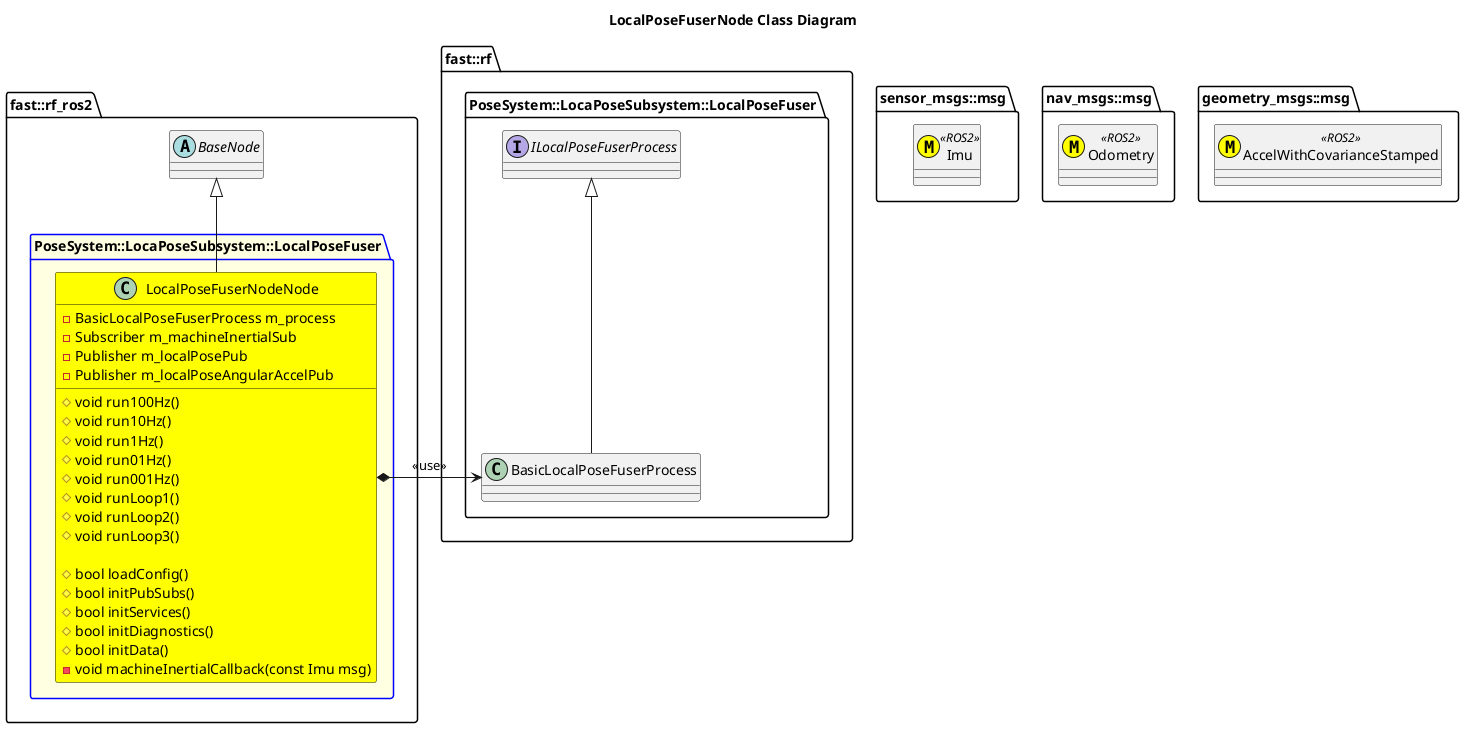
This is Systems/Pose/Subsystems/LocalPose/Nodes/LocalPoseFuserNode/doc/puml/LocalPoseFuserNodeClassDiagram.png from fastrobotics/robot_framework_ros2, a PlantUML export, as it was before one commit. Its diagram source:
```plantuml
@startuml
title LocalPoseFuserNode Class Diagram
namespace sensor_msgs::msg {
    class Imu <<(M,#FFFF00)>> <<ROS2>>
}
namespace nav_msgs::msg {
    class Odometry <<(M,#FFFF00)>> <<ROS2>>
}
namespace geometry_msgs::msg {
    class AccelWithCovarianceStamped <<(M,#FFFF00)>> <<ROS2>>
}
namespace fast::rf {
    namespace PoseSystem::LocaPoseSubsystem::LocalPoseFuser {
        interface ILocalPoseFuserProcess
        class BasicLocalPoseFuserProcess
        BasicLocalPoseFuserProcess -up-|> ILocalPoseFuserProcess
    }
}
namespace fast::rf_ros2 {
    abstract BaseNode {

    }
    package PoseSystem::LocaPoseSubsystem::LocalPoseFuser #LightYellow;line:blue  {
        class LocalPoseFuserNodeNode #Yellow {
            #void run100Hz()
            #void run10Hz()
            #void run1Hz()
            #void run01Hz()
            #void run001Hz()
            #void runLoop1()
            #void runLoop2()
            #void runLoop3()

            #bool loadConfig()
            #bool initPubSubs()
            #bool initServices()
            #bool initDiagnostics()
            #bool initData()
            -void machineInertialCallback(const Imu msg)
            -BasicLocalPoseFuserProcess m_process
            -Subscriber m_machineInertialSub
            -Publisher m_localPosePub
            -Publisher m_localPoseAngularAccelPub
        }
        LocalPoseFuserNodeNode -up-|> BaseNode
        LocalPoseFuserNodeNode *-right-> BasicLocalPoseFuserProcess: <<use>>

    }

}

@enduml
```
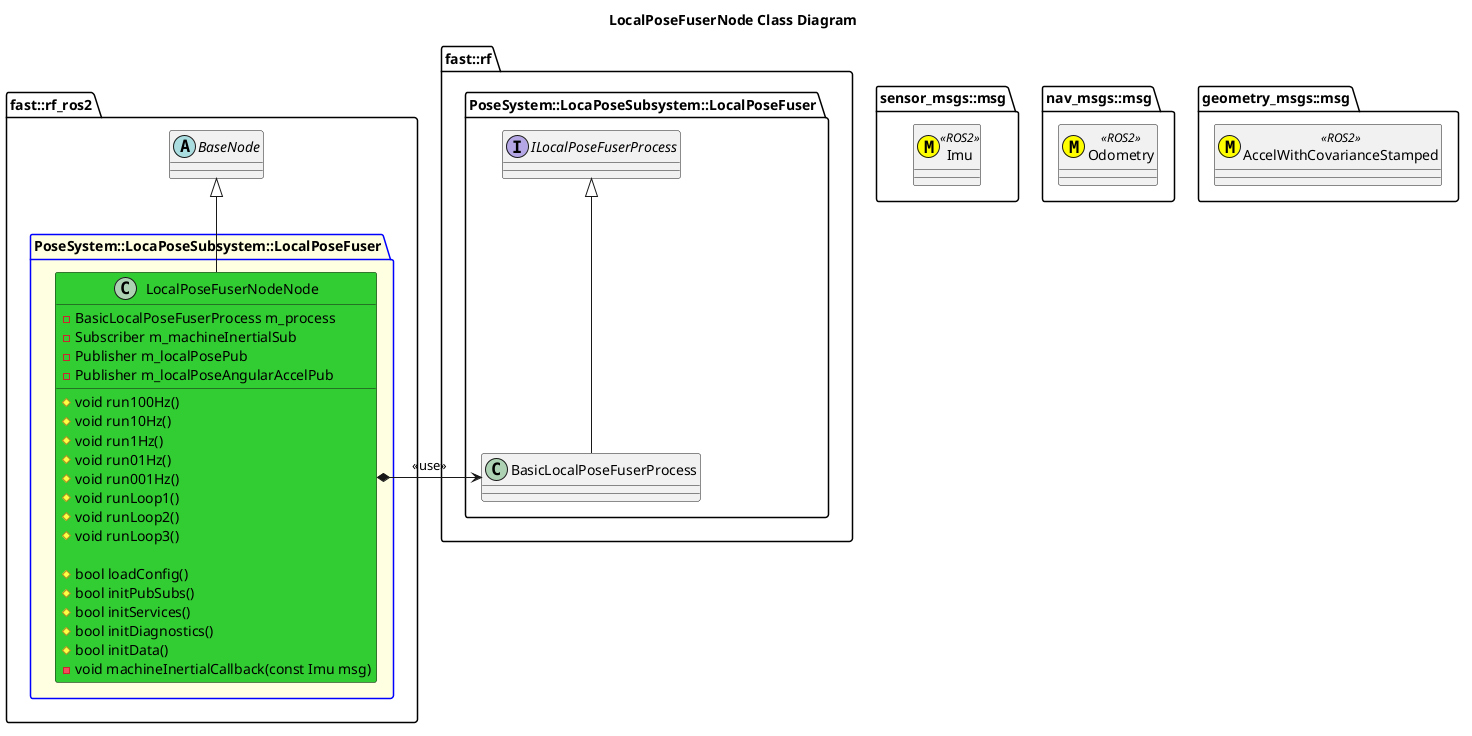
Above is the later version.

The edit, as a diff of the source:
```diff
@@ -21,7 +21,7 @@
 
     }
     package PoseSystem::LocaPoseSubsystem::LocalPoseFuser #LightYellow;line:blue  {
-        class LocalPoseFuserNodeNode #Yellow {
+        class LocalPoseFuserNodeNode #LimeGreen {
             #void run100Hz()
             #void run10Hz()
             #void run1Hz()
```
